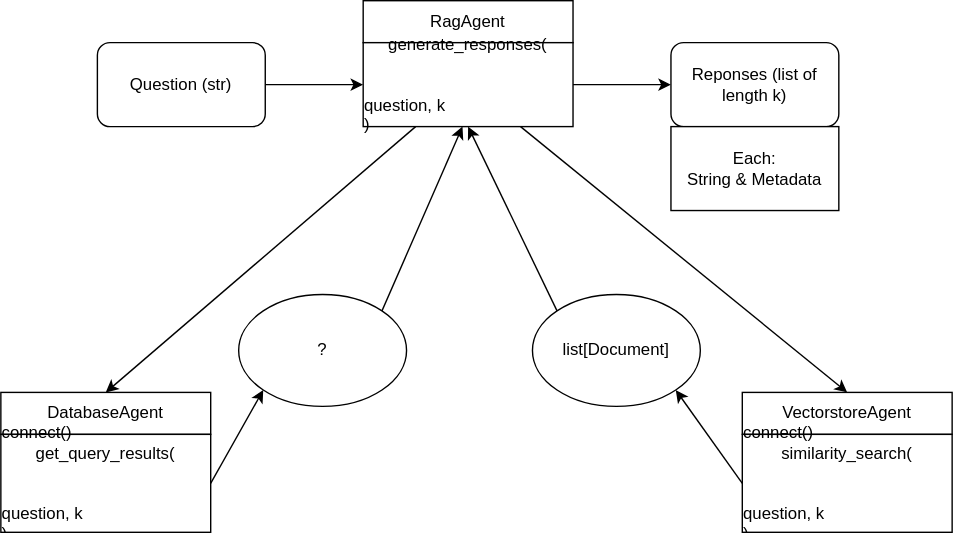
Before: docs/rag_api.drawio.svg, a diagram exported from draw.io (biocypher/biochatter). Source tidied: cells renumbered, new cells last; positions are measured from the earlier drawing's top-left corner, leaving out a move shared by most shapes. Source of this version:
```xml
<mxGraphModel>
  <root>
    <mxCell id="0" />
    <mxCell id="1" parent="0" />
    <mxCell id="2" value="RagAgent" style="rounded=0;whiteSpace=wrap;html=1;" parent="1" vertex="1">
      <mxGeometry x="259" width="150" height="30" as="geometry" />
    </mxCell>
    <mxCell id="3" style="edgeStyle=none;html=1;exitX=1;exitY=0.5;exitDx=0;exitDy=0;entryX=0;entryY=0.5;entryDx=0;entryDy=0;" parent="1" edge="1" source="6" target="9">
      <mxGeometry relative="1" as="geometry" />
    </mxCell>
    <mxCell id="4" style="edgeStyle=none;html=1;exitX=0.75;exitY=1;exitDx=0;exitDy=0;entryX=0.5;entryY=0;entryDx=0;entryDy=0;" parent="1" edge="1" source="6" target="11">
      <mxGeometry relative="1" as="geometry" />
    </mxCell>
    <mxCell id="5" style="edgeStyle=none;html=1;exitX=0.25;exitY=1;exitDx=0;exitDy=0;entryX=0.5;entryY=0;entryDx=0;entryDy=0;" parent="1" edge="1" source="6" target="10">
      <mxGeometry relative="1" as="geometry" />
    </mxCell>
    <mxCell id="6" value="generate_responses(&lt;br&gt;&lt;div style=&quot;text-align: left;&quot;&gt;&lt;span style=&quot;background-color: initial;&quot;&gt;&lt;span style=&quot;white-space: pre;&quot;&gt;&#9;&lt;/span&gt;question, k&lt;/span&gt;&lt;/div&gt;&lt;div style=&quot;text-align: left;&quot;&gt;&lt;span style=&quot;background-color: initial;&quot;&gt;)&lt;/span&gt;&lt;/div&gt;" style="rounded=0;whiteSpace=wrap;html=1;" parent="1" vertex="1">
      <mxGeometry x="259" y="30" width="150" height="60" as="geometry" />
    </mxCell>
    <mxCell id="7" style="edgeStyle=none;html=1;exitX=1;exitY=0.5;exitDx=0;exitDy=0;" parent="1" edge="1" source="8" target="6">
      <mxGeometry relative="1" as="geometry" />
    </mxCell>
    <mxCell id="8" value="Question (str)" style="rounded=1;whiteSpace=wrap;html=1;" parent="1" vertex="1">
      <mxGeometry x="69" y="30" width="120" height="60" as="geometry" />
    </mxCell>
    <mxCell id="9" value="Reponses (list of length k)" style="rounded=1;whiteSpace=wrap;html=1;" parent="1" vertex="1">
      <mxGeometry x="479" y="30" width="120" height="60" as="geometry" />
    </mxCell>
    <mxCell id="10" value="DatabaseAgent" style="rounded=0;whiteSpace=wrap;html=1;" parent="1" vertex="1">
      <mxGeometry y="280" width="150" height="30" as="geometry" />
    </mxCell>
    <mxCell id="11" value="VectorstoreAgent" style="rounded=0;whiteSpace=wrap;html=1;" parent="1" vertex="1">
      <mxGeometry x="530" y="280" width="150" height="30" as="geometry" />
    </mxCell>
    <mxCell id="12" style="edgeStyle=none;html=1;exitX=1;exitY=0.5;exitDx=0;exitDy=0;entryX=0;entryY=1;entryDx=0;entryDy=0;" parent="1" edge="1" source="13" target="17">
      <mxGeometry relative="1" as="geometry" />
    </mxCell>
    <mxCell id="13" value="&lt;div style=&quot;text-align: left;&quot;&gt;&lt;span style=&quot;background-color: initial;&quot;&gt;connect()&lt;/span&gt;&lt;/div&gt;get_query_results(&lt;br&gt;&lt;div style=&quot;text-align: left;&quot;&gt;&lt;span style=&quot;background-color: initial;&quot;&gt;&lt;span style=&quot;white-space: pre;&quot;&gt;&#9;&lt;/span&gt;question, k&lt;/span&gt;&lt;/div&gt;&lt;div style=&quot;text-align: left;&quot;&gt;&lt;span style=&quot;background-color: initial;&quot;&gt;)&lt;/span&gt;&lt;/div&gt;" style="rounded=0;whiteSpace=wrap;html=1;" parent="1" vertex="1">
      <mxGeometry y="310" width="150" height="70" as="geometry" />
    </mxCell>
    <mxCell id="14" style="edgeStyle=none;html=1;exitX=0;exitY=0;exitDx=0;exitDy=0;entryX=0.5;entryY=1;entryDx=0;entryDy=0;" parent="1" edge="1" source="15" target="6">
      <mxGeometry relative="1" as="geometry" />
    </mxCell>
    <mxCell id="15" value="list[Document]" style="ellipse;whiteSpace=wrap;html=1;" parent="1" vertex="1">
      <mxGeometry x="380" y="210" width="120" height="80" as="geometry" />
    </mxCell>
    <mxCell id="16" style="edgeStyle=none;html=1;exitX=1;exitY=0;exitDx=0;exitDy=0;" parent="1" edge="1" source="17">
      <mxGeometry relative="1" as="geometry">
        <mxPoint x="330" y="90" as="targetPoint" />
      </mxGeometry>
    </mxCell>
    <mxCell id="17" value="?" style="ellipse;whiteSpace=wrap;html=1;" parent="1" vertex="1">
      <mxGeometry x="170" y="210" width="120" height="80" as="geometry" />
    </mxCell>
    <mxCell id="18" style="edgeStyle=none;html=1;exitX=0;exitY=0.5;exitDx=0;exitDy=0;entryX=1;entryY=1;entryDx=0;entryDy=0;" parent="1" edge="1" source="19" target="15">
      <mxGeometry relative="1" as="geometry" />
    </mxCell>
    <mxCell id="19" value="&lt;div style=&quot;text-align: left;&quot;&gt;&lt;span style=&quot;background-color: initial;&quot;&gt;connect()&lt;/span&gt;&lt;/div&gt;similarity_search(&lt;br&gt;&lt;div style=&quot;text-align: left;&quot;&gt;&lt;span style=&quot;background-color: initial;&quot;&gt;&lt;span style=&quot;white-space: pre;&quot;&gt;&#9;&lt;/span&gt;question, k&lt;/span&gt;&lt;/div&gt;&lt;div style=&quot;text-align: left;&quot;&gt;&lt;span style=&quot;background-color: initial;&quot;&gt;)&lt;/span&gt;&lt;/div&gt;" style="rounded=0;whiteSpace=wrap;html=1;" parent="1" vertex="1">
      <mxGeometry x="530" y="310" width="150" height="70" as="geometry" />
    </mxCell>
    <mxCell id="20" value="Each:&lt;br&gt;String &amp;amp; Metadata" style="rounded=0;whiteSpace=wrap;html=1;align=center;" parent="1" vertex="1">
      <mxGeometry x="479" y="90" width="120" height="60" as="geometry" />
    </mxCell>
  </root>
</mxGraphModel>
```
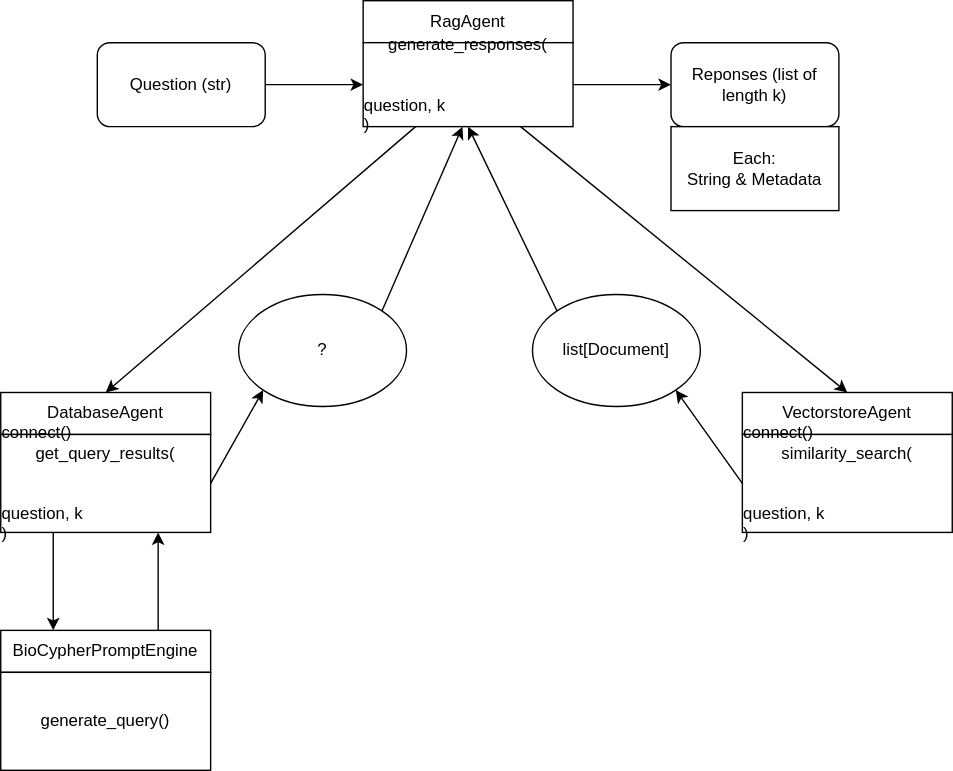
After the commit.

Change to the diagram source:
```diff
@@ -35,6 +35,9 @@
     <mxCell id="12" style="edgeStyle=none;html=1;exitX=1;exitY=0.5;exitDx=0;exitDy=0;entryX=0;entryY=1;entryDx=0;entryDy=0;" parent="1" edge="1" source="13" target="17">
       <mxGeometry relative="1" as="geometry" />
     </mxCell>
+    <mxCell id="21" style="edgeStyle=none;html=1;exitX=0.25;exitY=1;exitDx=0;exitDy=0;entryX=0.25;entryY=0;entryDx=0;entryDy=0;" parent="1" edge="1" source="13" target="23">
+      <mxGeometry relative="1" as="geometry" />
+    </mxCell>
     <mxCell id="13" value="&lt;div style=&quot;text-align: left;&quot;&gt;&lt;span style=&quot;background-color: initial;&quot;&gt;connect()&lt;/span&gt;&lt;/div&gt;get_query_results(&lt;br&gt;&lt;div style=&quot;text-align: left;&quot;&gt;&lt;span style=&quot;background-color: initial;&quot;&gt;&lt;span style=&quot;white-space: pre;&quot;&gt;&#9;&lt;/span&gt;question, k&lt;/span&gt;&lt;/div&gt;&lt;div style=&quot;text-align: left;&quot;&gt;&lt;span style=&quot;background-color: initial;&quot;&gt;)&lt;/span&gt;&lt;/div&gt;" style="rounded=0;whiteSpace=wrap;html=1;" parent="1" vertex="1">
       <mxGeometry y="310" width="150" height="70" as="geometry" />
     </mxCell>
@@ -61,5 +64,14 @@
     <mxCell id="20" value="Each:&lt;br&gt;String &amp;amp; Metadata" style="rounded=0;whiteSpace=wrap;html=1;align=center;" parent="1" vertex="1">
       <mxGeometry x="479" y="90" width="120" height="60" as="geometry" />
     </mxCell>
+    <mxCell id="22" style="edgeStyle=none;html=1;exitX=0.75;exitY=0;exitDx=0;exitDy=0;entryX=0.75;entryY=1;entryDx=0;entryDy=0;" parent="1" edge="1" source="23" target="13">
+      <mxGeometry relative="1" as="geometry" />
+    </mxCell>
+    <mxCell id="23" value="BioCypherPromptEngine" style="rounded=0;whiteSpace=wrap;html=1;" parent="1" vertex="1">
+      <mxGeometry y="450" width="150" height="30" as="geometry" />
+    </mxCell>
+    <mxCell id="24" value="&lt;div style=&quot;text-align: left;&quot;&gt;generate_query()&lt;/div&gt;" style="rounded=0;whiteSpace=wrap;html=1;" parent="1" vertex="1">
+      <mxGeometry y="480" width="150" height="70" as="geometry" />
+    </mxCell>
   </root>
 </mxGraphModel>
```
